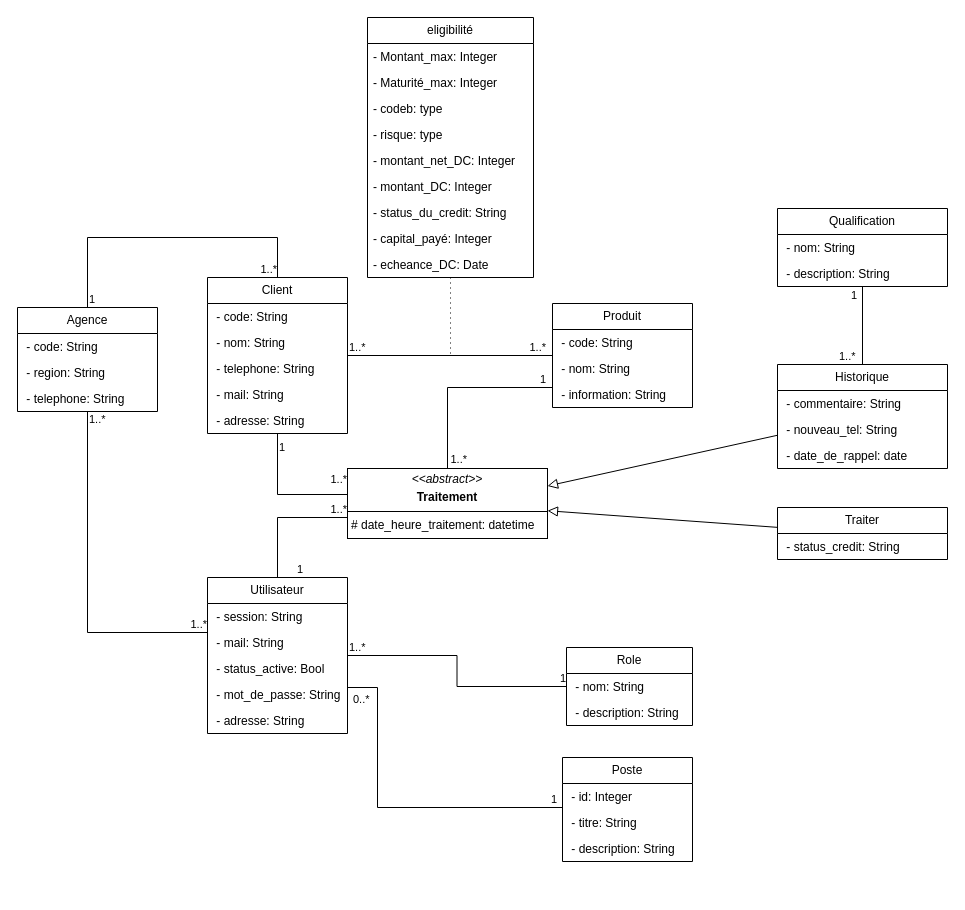
Above: diagram.drawio in 34arsonEddy/ABM (draw.io), before the change. Source tidied: cells renumbered, new cells numbered last; positions are measured from the earlier drawing's top-left corner, leaving out a move shared by most shapes. Both pictures are drawn from the tidied source at 100%, with x=0, y=0 at pixel (17, 17).
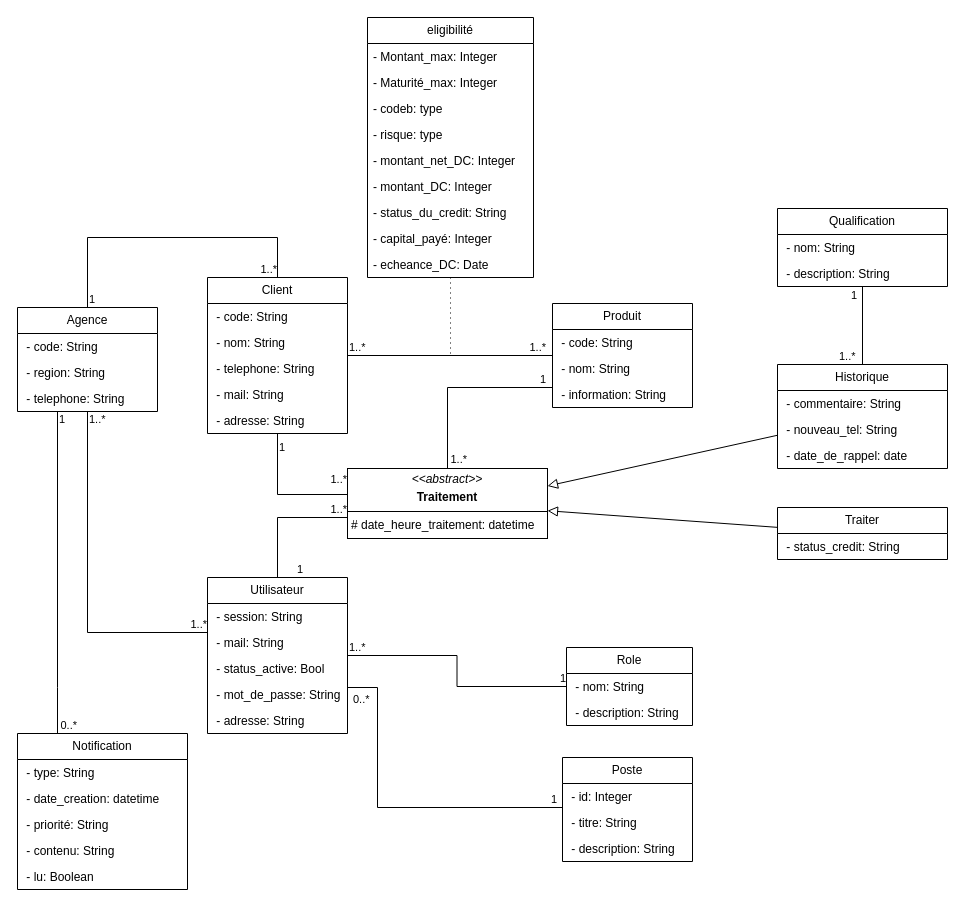
After the change.

Commit message:
Mettre à jour diagram.drawio

The change refers to these unchanged cells:
```xml
<mxCell id="12" value="Agence" style="swimlane;fontStyle=0;horizontal=1;startSize=26;fillColor=none;whiteSpace=wrap;html=1;" parent="1" vertex="1">
  <mxGeometry y="290" width="140" height="104" as="geometry" />
</mxCell>
```

The edit, as a diff of the source:
```diff
@@
+    <mxCell id="81" value="Notification" style="swimlane;fontStyle=0;horizontal=1;startSize=26;fillColor=none;whiteSpace=wrap;html=1;" parent="1" vertex="1">
+      <mxGeometry y="716" width="170" height="156" as="geometry" />
+    </mxCell>
+    <mxCell id="82" value="&amp;nbsp;- type: String" style="text;strokeColor=none;fillColor=none;align=left;verticalAlign=top;spacingLeft=4;spacingRight=4;overflow=hidden;whiteSpace=wrap;html=1;" parent="81" vertex="1">
+      <mxGeometry y="26" width="170" height="26" as="geometry" />
+    </mxCell>
+    <mxCell id="83" value="&amp;nbsp;- date_creation: datetime" style="text;strokeColor=none;fillColor=none;align=left;verticalAlign=top;spacingLeft=4;spacingRight=4;overflow=hidden;whiteSpace=wrap;html=1;" parent="81" vertex="1">
+      <mxGeometry y="52" width="170" height="26" as="geometry" />
+    </mxCell>
+    <mxCell id="84" value="&amp;nbsp;- priorité: String" style="text;strokeColor=none;fillColor=none;align=left;verticalAlign=top;spacingLeft=4;spacingRight=4;overflow=hidden;whiteSpace=wrap;html=1;" parent="81" vertex="1">
+      <mxGeometry y="78" width="170" height="26" as="geometry" />
+    </mxCell>
+    <mxCell id="85" value="&amp;nbsp;- contenu: String" style="text;strokeColor=none;fillColor=none;align=left;verticalAlign=top;spacingLeft=4;spacingRight=4;overflow=hidden;whiteSpace=wrap;html=1;" parent="81" vertex="1">
+      <mxGeometry y="104" width="170" height="26" as="geometry" />
+    </mxCell>
+    <mxCell id="86" value="&amp;nbsp;- lu: Boolean" style="text;strokeColor=none;fillColor=none;align=left;verticalAlign=top;spacingLeft=4;spacingRight=4;overflow=hidden;whiteSpace=wrap;html=1;" parent="81" vertex="1">
+      <mxGeometry y="130" width="170" height="26" as="geometry" />
+    </mxCell>
+    <mxCell id="87" style="endArrow=none;html=1;edgeStyle=orthogonalEdgeStyle;rounded=0;" parent="1" edge="1" source="12" target="81">
+      <mxGeometry relative="1" as="geometry">
+        <Array as="points">
+          <mxPoint x="40" y="670" />
+          <mxPoint x="40" y="670" />
+        </Array>
+      </mxGeometry>
+    </mxCell>
+    <mxCell id="88" value="1" style="edgeLabel;html=1;align=left;verticalAlign=bottom;" parent="87" vertex="1">
+      <mxGeometry x="-1" relative="1" as="geometry">
+        <mxPoint y="16" as="offset" />
+      </mxGeometry>
+    </mxCell>
+    <mxCell id="89" value="0..*" style="edgeLabel;html=1;align=right;verticalAlign=bottom;" parent="87" vertex="1">
+      <mxGeometry x="1" relative="1" as="geometry">
+        <mxPoint x="20" as="offset" />
+      </mxGeometry>
+    </mxCell>
```
